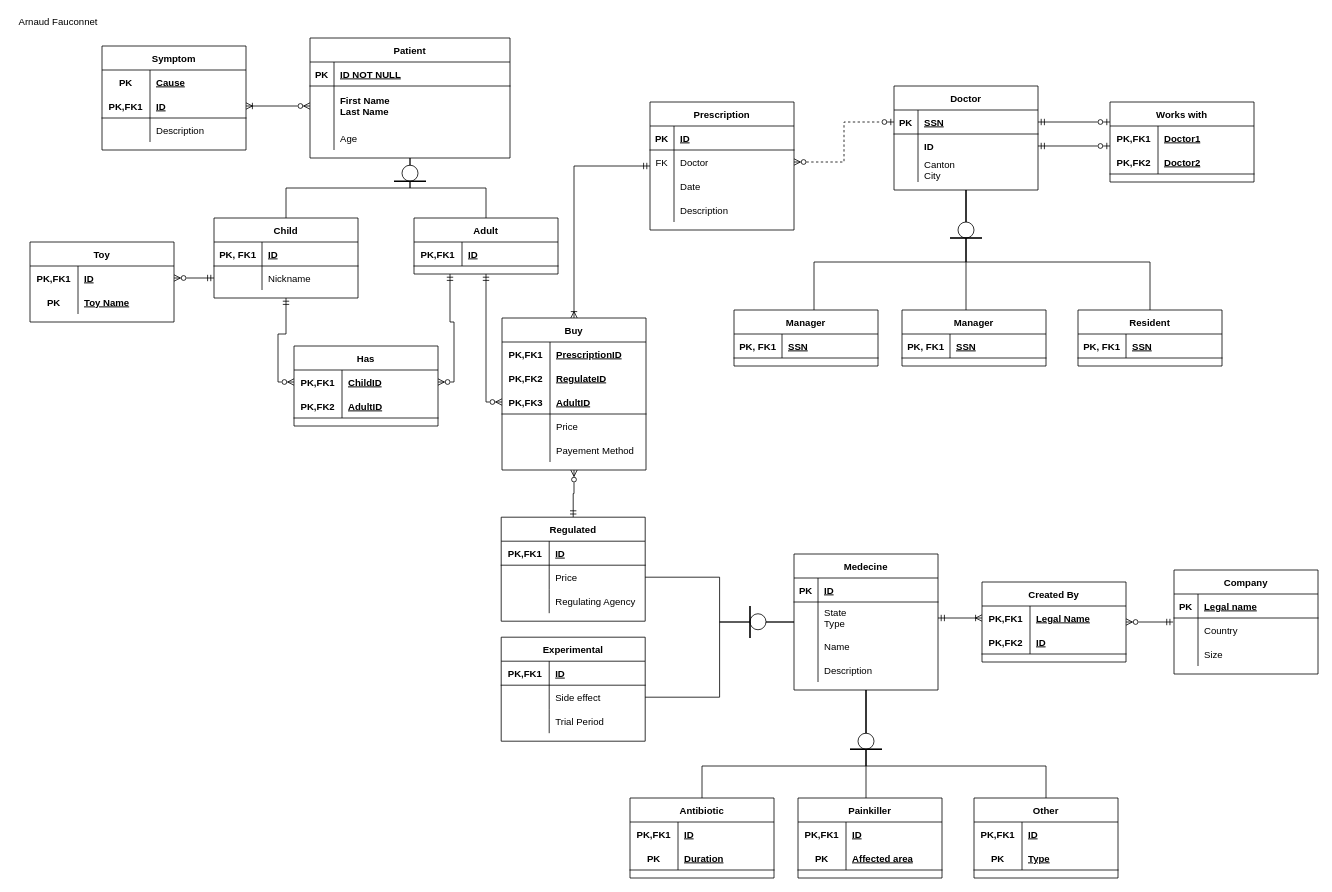
The draw.io diagram 02.drawio in karma-riuk/DM_Assignments, before the edit. Source tidied: cells renumbered, new cells numbered last; positions are measured from the earlier drawing's top-left corner, leaving out a move shared by most shapes. Both pictures are drawn from the tidied source at 80%, with x=0, y=0 at pixel (14, 14).
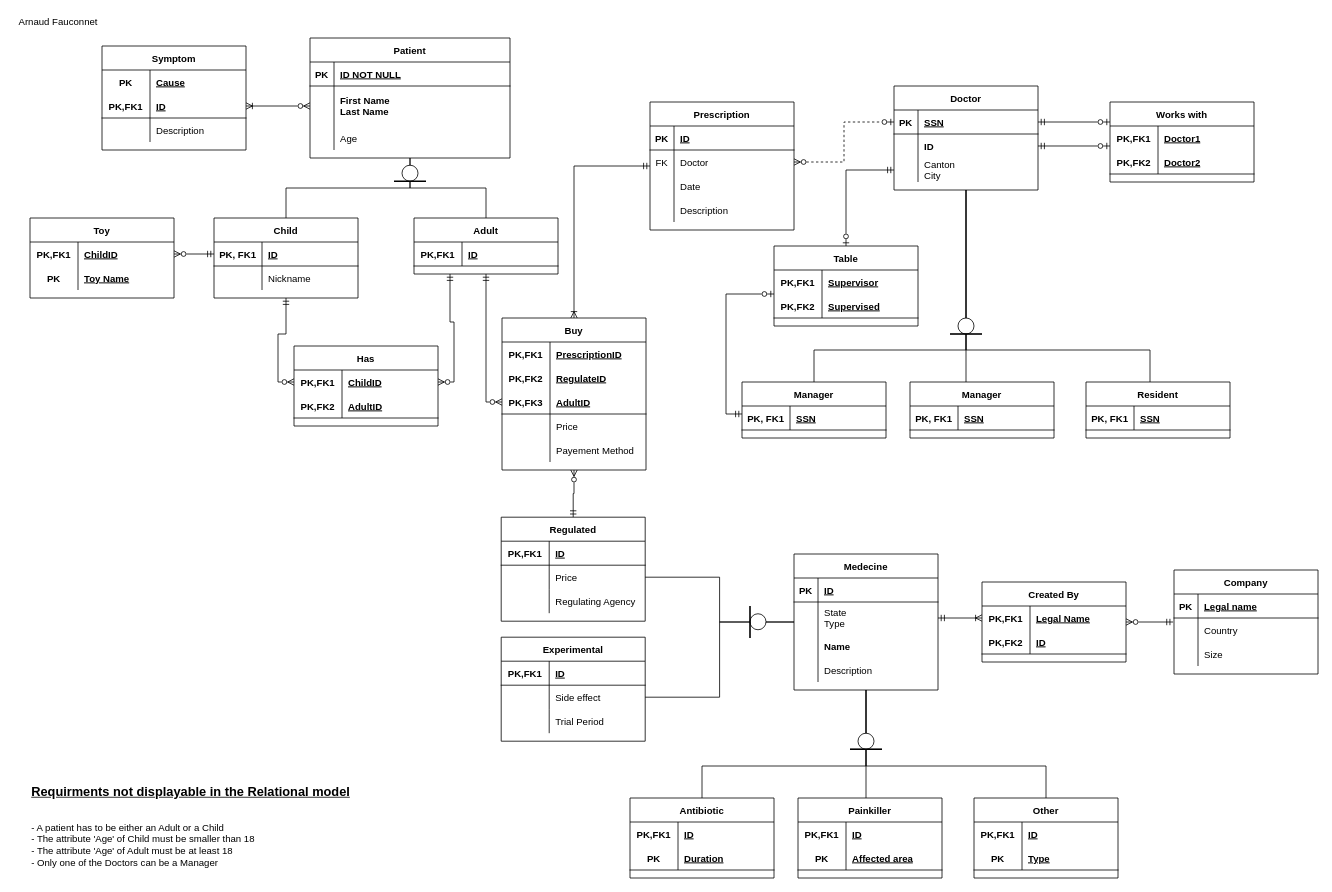
Above is the later version.

Commit message:
fuck me even harder

Unchanged cells that the change refers to:
```xml
<mxCell id="25" style="shape=tableRow;horizontal=0;startSize=0;swimlaneHead=0;swimlaneBody=0;fillColor=none;points=[[0,0.5],[1,0.5]];portConstraint=eastwest;top=0;left=0;right=0;bottom=1;" parent="24" vertex="1">
  <mxGeometry y="30" width="180" height="30" as="geometry" />
</mxCell>
<mxCell id="28" style="shape=tableRow;horizontal=0;startSize=0;swimlaneHead=0;swimlaneBody=0;fillColor=none;points=[[0,0.5],[1,0.5]];portConstraint=eastwest;top=0;left=0;right=0;bottom=0;" parent="24" vertex="1">
  <mxGeometry y="60" width="180" height="30" as="geometry" />
</mxCell>
<mxCell id="32" style="shape=tableRow;horizontal=0;startSize=0;swimlaneHead=0;swimlaneBody=0;fillColor=none;points=[[0,0.5],[1,0.5]];portConstraint=eastwest;top=0;left=0;right=0;bottom=0;" parent="31" vertex="1">
  <mxGeometry y="30" width="180" height="30" as="geometry" />
</mxCell>
<mxCell id="54" style="shape=tableRow;horizontal=0;startSize=0;swimlaneHead=0;swimlaneBody=0;fillColor=none;top=0;left=0;right=0;bottom=0;" parent="47" vertex="1">
  <mxGeometry y="100" width="180" height="30" as="geometry" />
</mxCell>
<mxCell id="115" value="Doctor" style="shape=table;startSize=30;childLayout=tableLayout;rowLines=0;fontStyle=1;align=center;" parent="1" vertex="1">
  <mxGeometry x="1100" y="90" width="180" height="130" as="geometry" />
</mxCell>
<mxCell id="122" style="shape=tableRow;horizontal=0;startSize=0;swimlaneHead=0;swimlaneBody=0;fillColor=none;points=[[0,0.5],[1,0.5]];portConstraint=eastwest;top=0;left=0;right=0;bottom=0;" parent="115" vertex="1">
  <mxGeometry y="90" width="180" height="30" as="geometry" />
</mxCell>
<mxCell id="127" style="shape=tableRow;horizontal=0;startSize=0;swimlaneHead=0;swimlaneBody=0;fillColor=none;points=[[0,0.5],[1,0.5]];portConstraint=eastwest;top=0;left=0;right=0;bottom=1;" parent="126" vertex="1">
  <mxGeometry y="30" width="180" height="30" as="geometry" />
</mxCell>
```

The edit, as a diff of the source:
```diff
@@
     <mxCell id="31" value="Toy" style="shape=table;startSize=30;childLayout=tableLayout;rowLines=0;fontStyle=1;align=center;" parent="1" vertex="1">
-      <mxGeometry x="20" y="285" width="180" height="100" as="geometry" />
+      <mxGeometry x="20" y="255" width="180" height="100" as="geometry" />
     </mxCell>
@@
-    <mxCell id="34" value="ID" style="shape=partialRectangle;fillColor=none;top=0;left=0;bottom=0;right=0;align=left;spacingLeft=6;fontStyle=5;overflow=hidden;" parent="32" vertex="1">
+    <mxCell id="34" value="ChildID" style="shape=partialRectangle;fillColor=none;top=0;left=0;bottom=0;right=0;align=left;spacingLeft=6;fontStyle=5;overflow=hidden;" parent="32" vertex="1">
       <mxGeometry x="60" width="120" height="30" as="geometry" />
     </mxCell>
@@
-    <mxCell id="38" style="edgeStyle=orthogonalEdgeStyle;rounded=0;jettySize=auto;html=1;startArrow=ERzeroToMany;startFill=0;endArrow=ERmandOne;endFill=0;entryX=0;entryY=0.5;entryDx=0;entryDy=0;" parent="1" edge="1" source="32" target="28">
+    <mxCell id="38" style="edgeStyle=orthogonalEdgeStyle;rounded=0;jettySize=auto;html=1;startArrow=ERzeroToMany;startFill=0;endArrow=ERmandOne;endFill=0;entryX=0;entryY=0.5;entryDx=0;entryDy=0;" parent="1" edge="1" source="32" target="25">
       <mxGeometry relative="1" as="geometry" />
     </mxCell>
@@
-    <mxCell id="56" value="Name" style="shape=partialRectangle;fillColor=none;top=0;left=0;bottom=0;right=0;align=left;spacingLeft=6;overflow=hidden;" parent="54" vertex="1">
+    <mxCell id="56" value="Name" style="shape=partialRectangle;fillColor=none;top=0;left=0;bottom=0;right=0;align=left;spacingLeft=6;overflow=hidden;fontStyle=1;" parent="54" vertex="1">
       <mxGeometry x="30" width="150" height="30" as="geometry" />
     </mxCell>
@@
     <mxCell id="125" style="edgeStyle=orthogonalEdgeStyle;rounded=0;jettySize=auto;html=1;entryX=0.5;entryY=1;entryDx=0;entryDy=0;startArrow=none;startFill=0;endArrow=none;endFill=0;" parent="1" edge="1" source="126" target="115">
       <mxGeometry relative="1" as="geometry">
         <Array as="points">
-          <mxPoint x="1000" y="310" />
-          <mxPoint x="1190" y="310" />
+          <mxPoint x="1000" y="420" />
+          <mxPoint x="1190" y="420" />
         </Array>
       </mxGeometry>
     </mxCell>
     <mxCell id="126" value="Manager" style="shape=table;startSize=30;childLayout=tableLayout;rowLines=0;fontStyle=1;align=center;" parent="1" vertex="1">
-      <mxGeometry x="900" y="370" width="180" height="70" as="geometry" />
+      <mxGeometry x="910" y="460" width="180" height="70" as="geometry" />
     </mxCell>
@@
     <mxCell id="131" value="Manager" style="shape=table;startSize=30;childLayout=tableLayout;rowLines=0;fontStyle=1;align=center;" parent="1" vertex="1">
-      <mxGeometry x="1110" y="370" width="180" height="70" as="geometry" />
+      <mxGeometry x="1120" y="460" width="180" height="70" as="geometry" />
     </mxCell>
@@
     <mxCell id="135" style="edgeStyle=orthogonalEdgeStyle;rounded=0;jettySize=auto;html=1;entryX=0.5;entryY=1;entryDx=0;entryDy=0;startArrow=none;startFill=0;endArrow=none;endFill=0;" parent="1" edge="1" source="136" target="115">
       <mxGeometry relative="1" as="geometry">
         <Array as="points">
-          <mxPoint x="1420" y="310" />
-          <mxPoint x="1190" y="310" />
+          <mxPoint x="1420" y="420" />
+          <mxPoint x="1190" y="420" />
         </Array>
       </mxGeometry>
     </mxCell>
     <mxCell id="136" value="Resident" style="shape=table;startSize=30;childLayout=tableLayout;rowLines=0;fontStyle=1;align=center;" parent="1" vertex="1">
-      <mxGeometry x="1330" y="370" width="180" height="70" as="geometry" />
+      <mxGeometry x="1340" y="460" width="180" height="70" as="geometry" />
     </mxCell>
@@
     <mxCell id="205" style="ellipse;whiteSpace=wrap;html=1;" parent="1" vertex="1">
-      <mxGeometry x="1180" y="260" width="20" height="20" as="geometry" />
+      <mxGeometry x="1180" y="380" width="20" height="20" as="geometry" />
     </mxCell>
     <mxCell id="206" style="endArrow=none;html=1;rounded=0;strokeWidth=2;" parent="1" edge="1">
       <mxGeometry relative="1" as="geometry">
-        <mxPoint x="1170" y="280" as="sourcePoint" />
-        <mxPoint x="1210" y="280" as="targetPoint" />
+        <mxPoint x="1170" y="400" as="sourcePoint" />
+        <mxPoint x="1210" y="400" as="targetPoint" />
       </mxGeometry>
     </mxCell>
+    <mxCell id="207" style="edgeStyle=orthogonalEdgeStyle;rounded=0;jettySize=auto;html=1;entryX=0;entryY=0.333;entryDx=0;entryDy=0;entryPerimeter=0;startArrow=ERzeroToOne;startFill=0;endArrow=ERmandOne;endFill=0;" parent="1" edge="1" source="209" target="127">
+      <mxGeometry relative="1" as="geometry">
+        <Array as="points">
+          <mxPoint x="890" y="350" />
+          <mxPoint x="890" y="500" />
+        </Array>
+      </mxGeometry>
+    </mxCell>
+    <mxCell id="208" style="edgeStyle=orthogonalEdgeStyle;rounded=0;jettySize=auto;html=1;entryX=0;entryY=0.5;entryDx=0;entryDy=0;startArrow=ERzeroToOne;startFill=0;endArrow=ERmandOne;endFill=0;" parent="1" edge="1" source="209" target="122">
+      <mxGeometry relative="1" as="geometry" />
+    </mxCell>
+    <mxCell id="209" value="Table" style="shape=table;startSize=30;childLayout=tableLayout;rowLines=0;fontStyle=1;align=center;" parent="1" vertex="1">
+      <mxGeometry x="950" y="290" width="180" height="100" as="geometry" />
+    </mxCell>
+    <mxCell id="210" style="shape=tableRow;horizontal=0;startSize=0;swimlaneHead=0;swimlaneBody=0;fillColor=none;top=0;left=0;right=0;bottom=0;" parent="209" vertex="1">
+      <mxGeometry y="30" width="180" height="30" as="geometry" />
+    </mxCell>
+    <mxCell id="211" value="PK,FK1" style="shape=partialRectangle;fillColor=none;top=0;left=0;bottom=0;right=0;fontStyle=1;overflow=hidden;" parent="210" vertex="1">
+      <mxGeometry width="60" height="30" as="geometry" />
+    </mxCell>
+    <mxCell id="212" value="Supervisor" style="shape=partialRectangle;fillColor=none;top=0;left=0;bottom=0;right=0;align=left;spacingLeft=6;fontStyle=5;overflow=hidden;" parent="210" vertex="1">
+      <mxGeometry x="60" width="120" height="30" as="geometry" />
+    </mxCell>
+    <mxCell id="213" style="shape=tableRow;horizontal=0;startSize=0;swimlaneHead=0;swimlaneBody=0;fillColor=none;top=0;left=0;right=0;bottom=1;" parent="209" vertex="1">
+      <mxGeometry y="60" width="180" height="30" as="geometry" />
+    </mxCell>
+    <mxCell id="214" value="PK,FK2" style="shape=partialRectangle;fillColor=none;top=0;left=0;bottom=0;right=0;fontStyle=1;overflow=hidden;" parent="213" vertex="1">
+      <mxGeometry width="60" height="30" as="geometry" />
+    </mxCell>
+    <mxCell id="215" value="Supervised" style="shape=partialRectangle;fillColor=none;top=0;left=0;bottom=0;right=0;align=left;spacingLeft=6;fontStyle=5;overflow=hidden;" parent="213" vertex="1">
+      <mxGeometry x="60" width="120" height="30" as="geometry" />
+    </mxCell>
+    <mxCell id="216" value="&lt;b style=&quot;font-size: 16px&quot;&gt;&lt;u&gt;Requirments not displayable in the Relational model&lt;br&gt;&lt;/u&gt;&lt;/b&gt;&lt;br&gt;&lt;br&gt;- A patient has to be either an Adult or a Child&lt;br&gt;- The attribute 'Age' of Child must be smaller than 18&lt;br&gt;- The attribute 'Age' of Adult must be at least 18&lt;br&gt;- Only one of the Doctors can be a Manager" style="text;html=1;align=left;verticalAlign=middle;fillColor=none;strokeColor=none;rounded=0;" parent="1" vertex="1">
+      <mxGeometry x="20" y="965" width="410" height="100" as="geometry" />
+    </mxCell>
```
